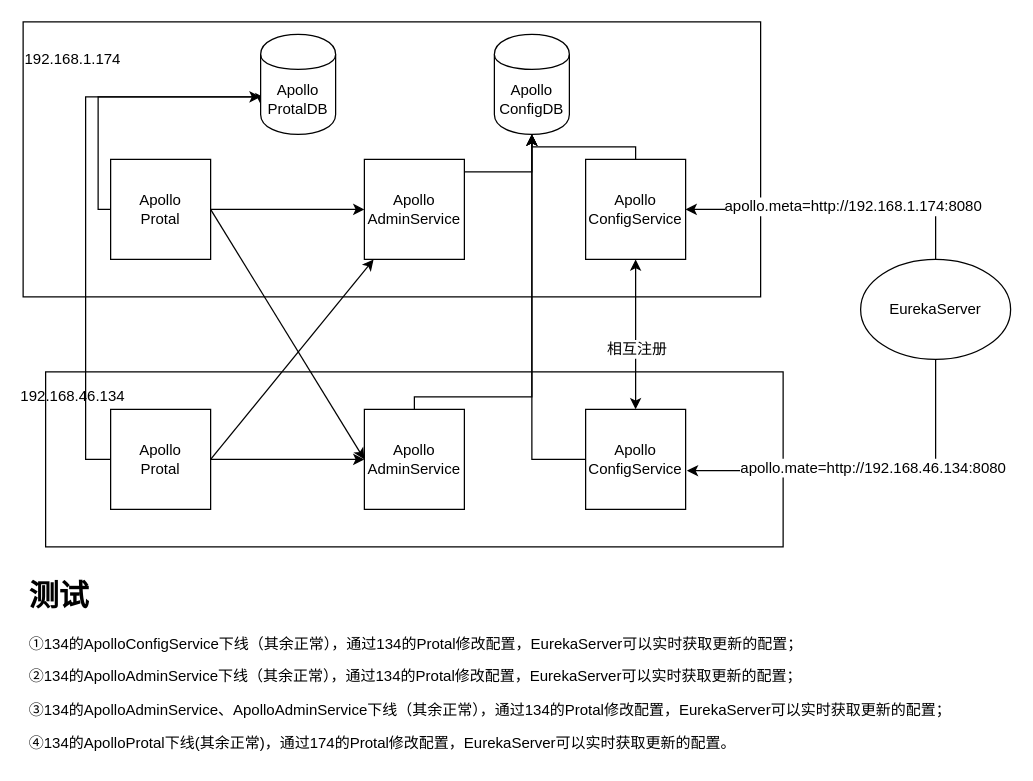
This is draw/Untitled Diagram.drawio from sunqigh/resource, a draw.io file, before an edit. Source tidied: cells renumbered, new cells numbered last; positions are measured from the earlier drawing's top-left corner, leaving out a move shared by most shapes. Both pictures are drawn from the tidied source at 125%, with x=0, y=0 at pixel (22, 21).
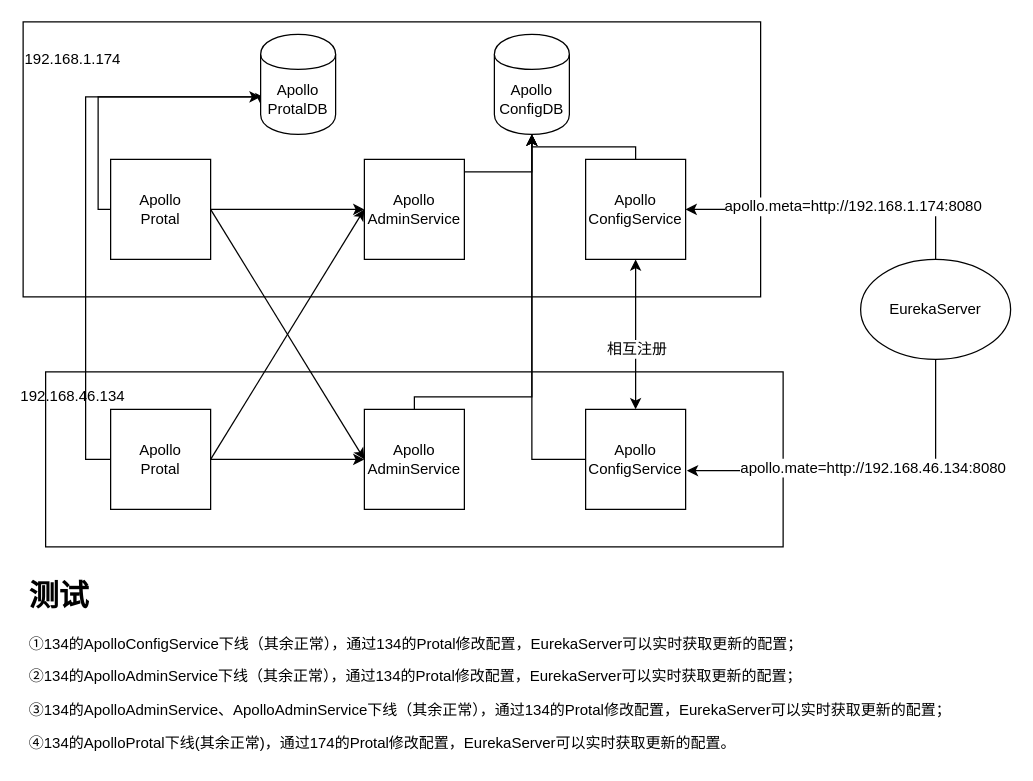
After the change.

Unchanged cells that the change refers to:
```xml
<mxCell id="9" value="Apollo&lt;br&gt;AdminService" style="whiteSpace=wrap;html=1;" parent="1" vertex="1">
  <mxGeometry x="273" y="110" width="80" height="80" as="geometry" />
</mxCell>
```

Change to the diagram source:
```diff
@@
-    <mxCell id="30" style="endArrow=classic;html=1;" parent="1" edge="1" target="9">
+    <mxCell id="30" style="endArrow=classic;html=1;entryX=0;entryY=0.5;entryDx=0;entryDy=0;" parent="1" edge="1" target="9">
       <mxGeometry relative="1" as="geometry">
         <mxPoint x="150" y="350" as="sourcePoint" />
       </mxGeometry>
     </mxCell>
```
